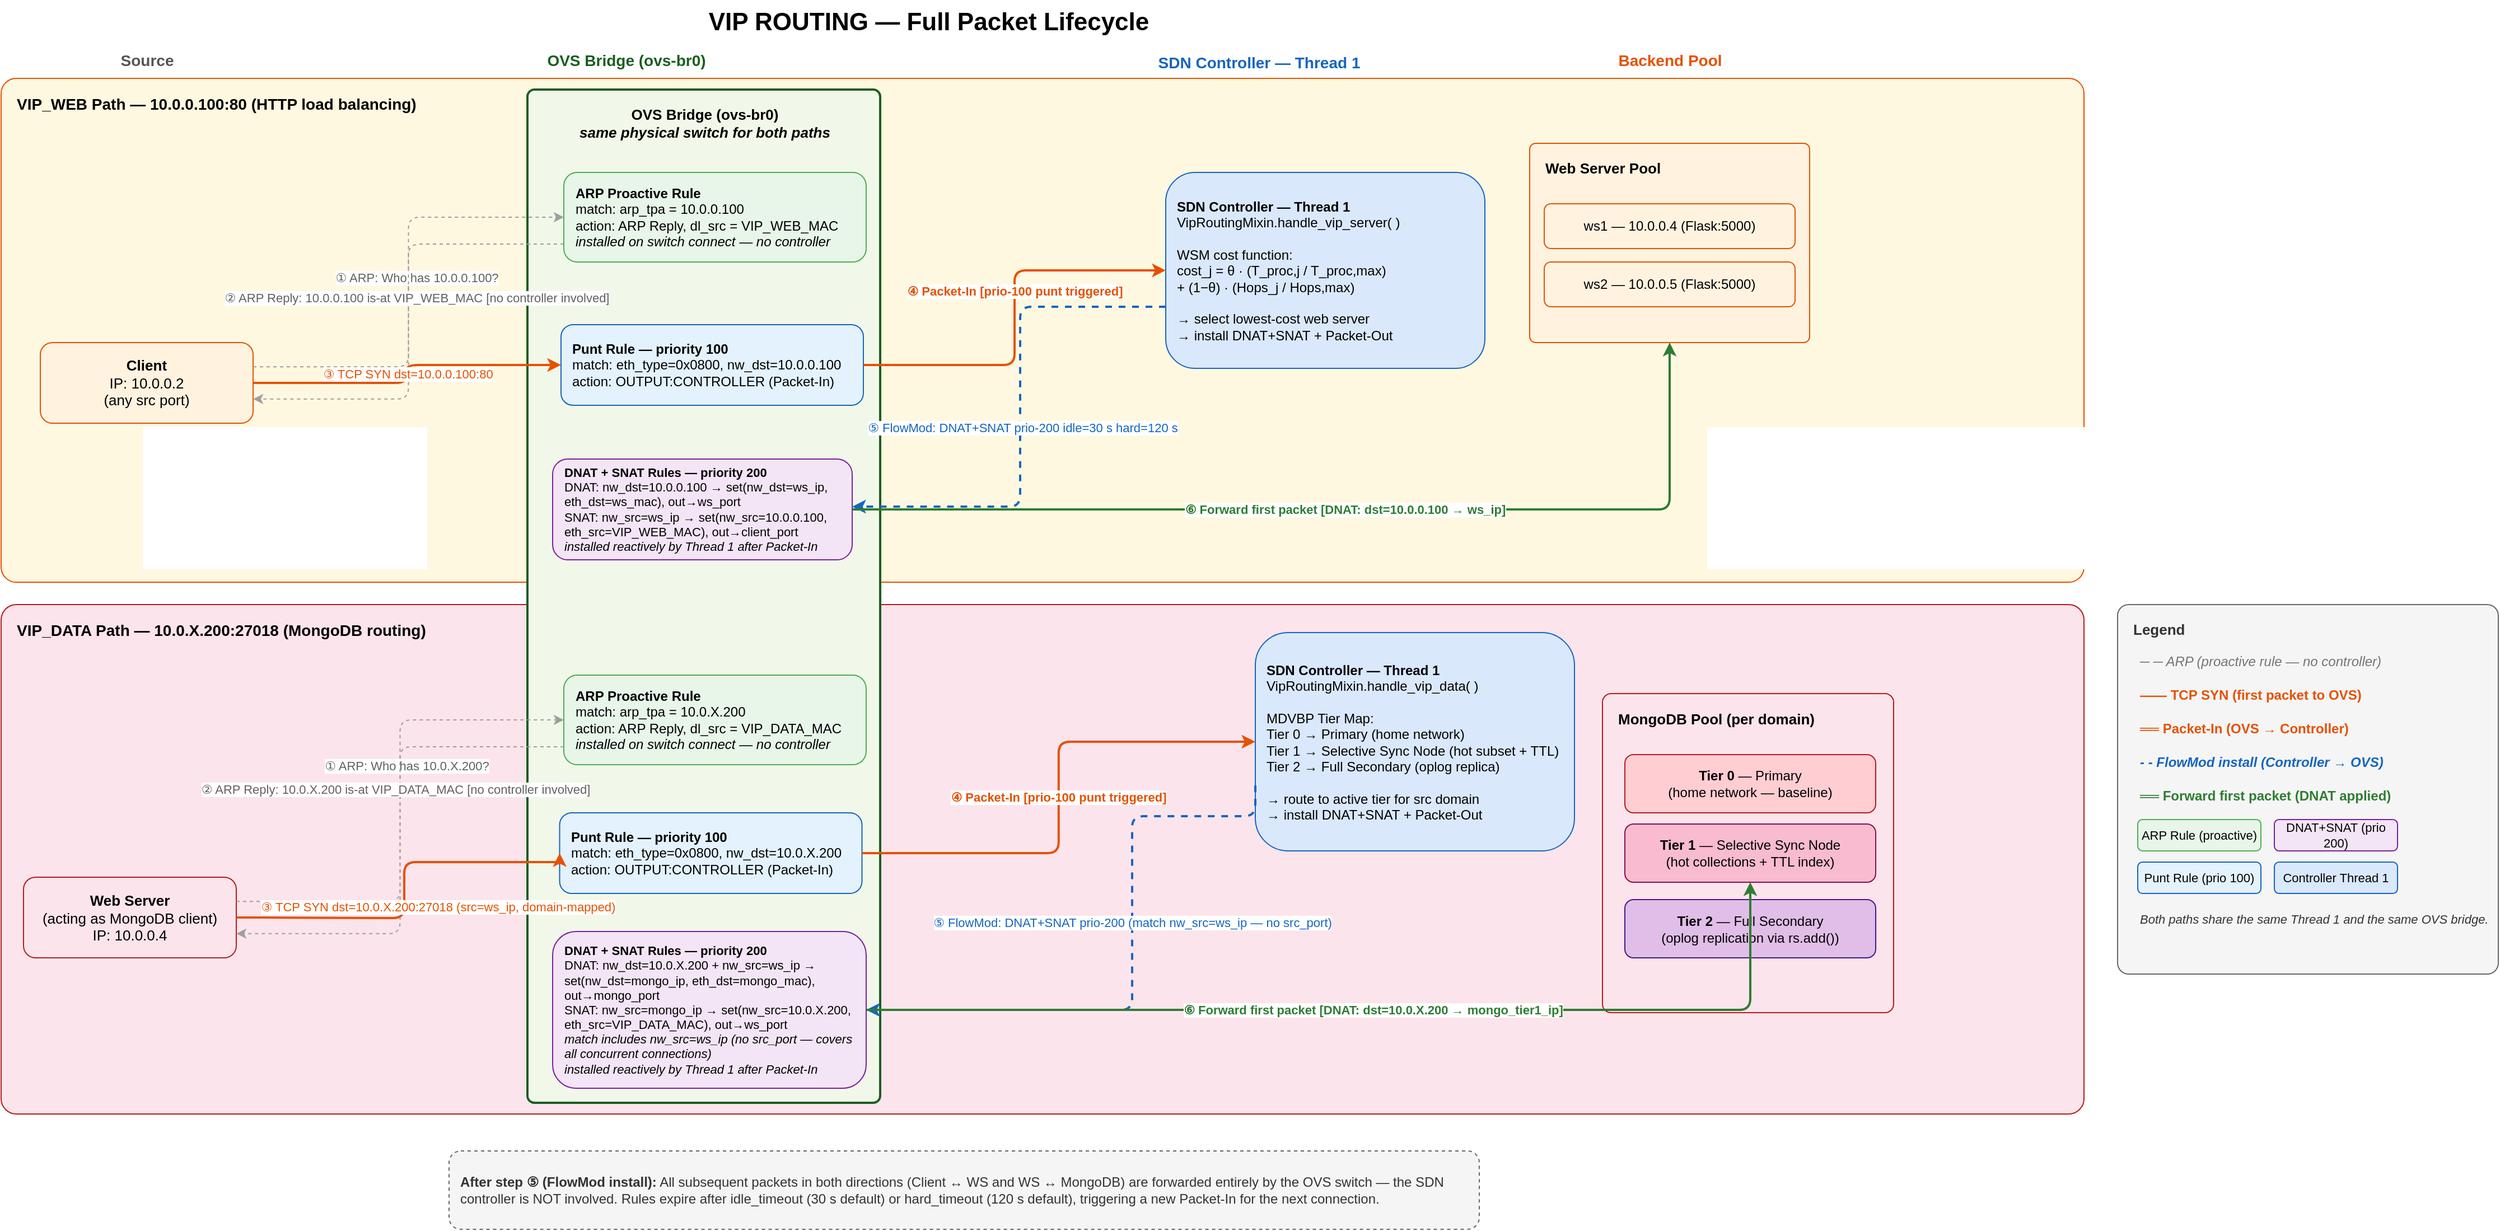
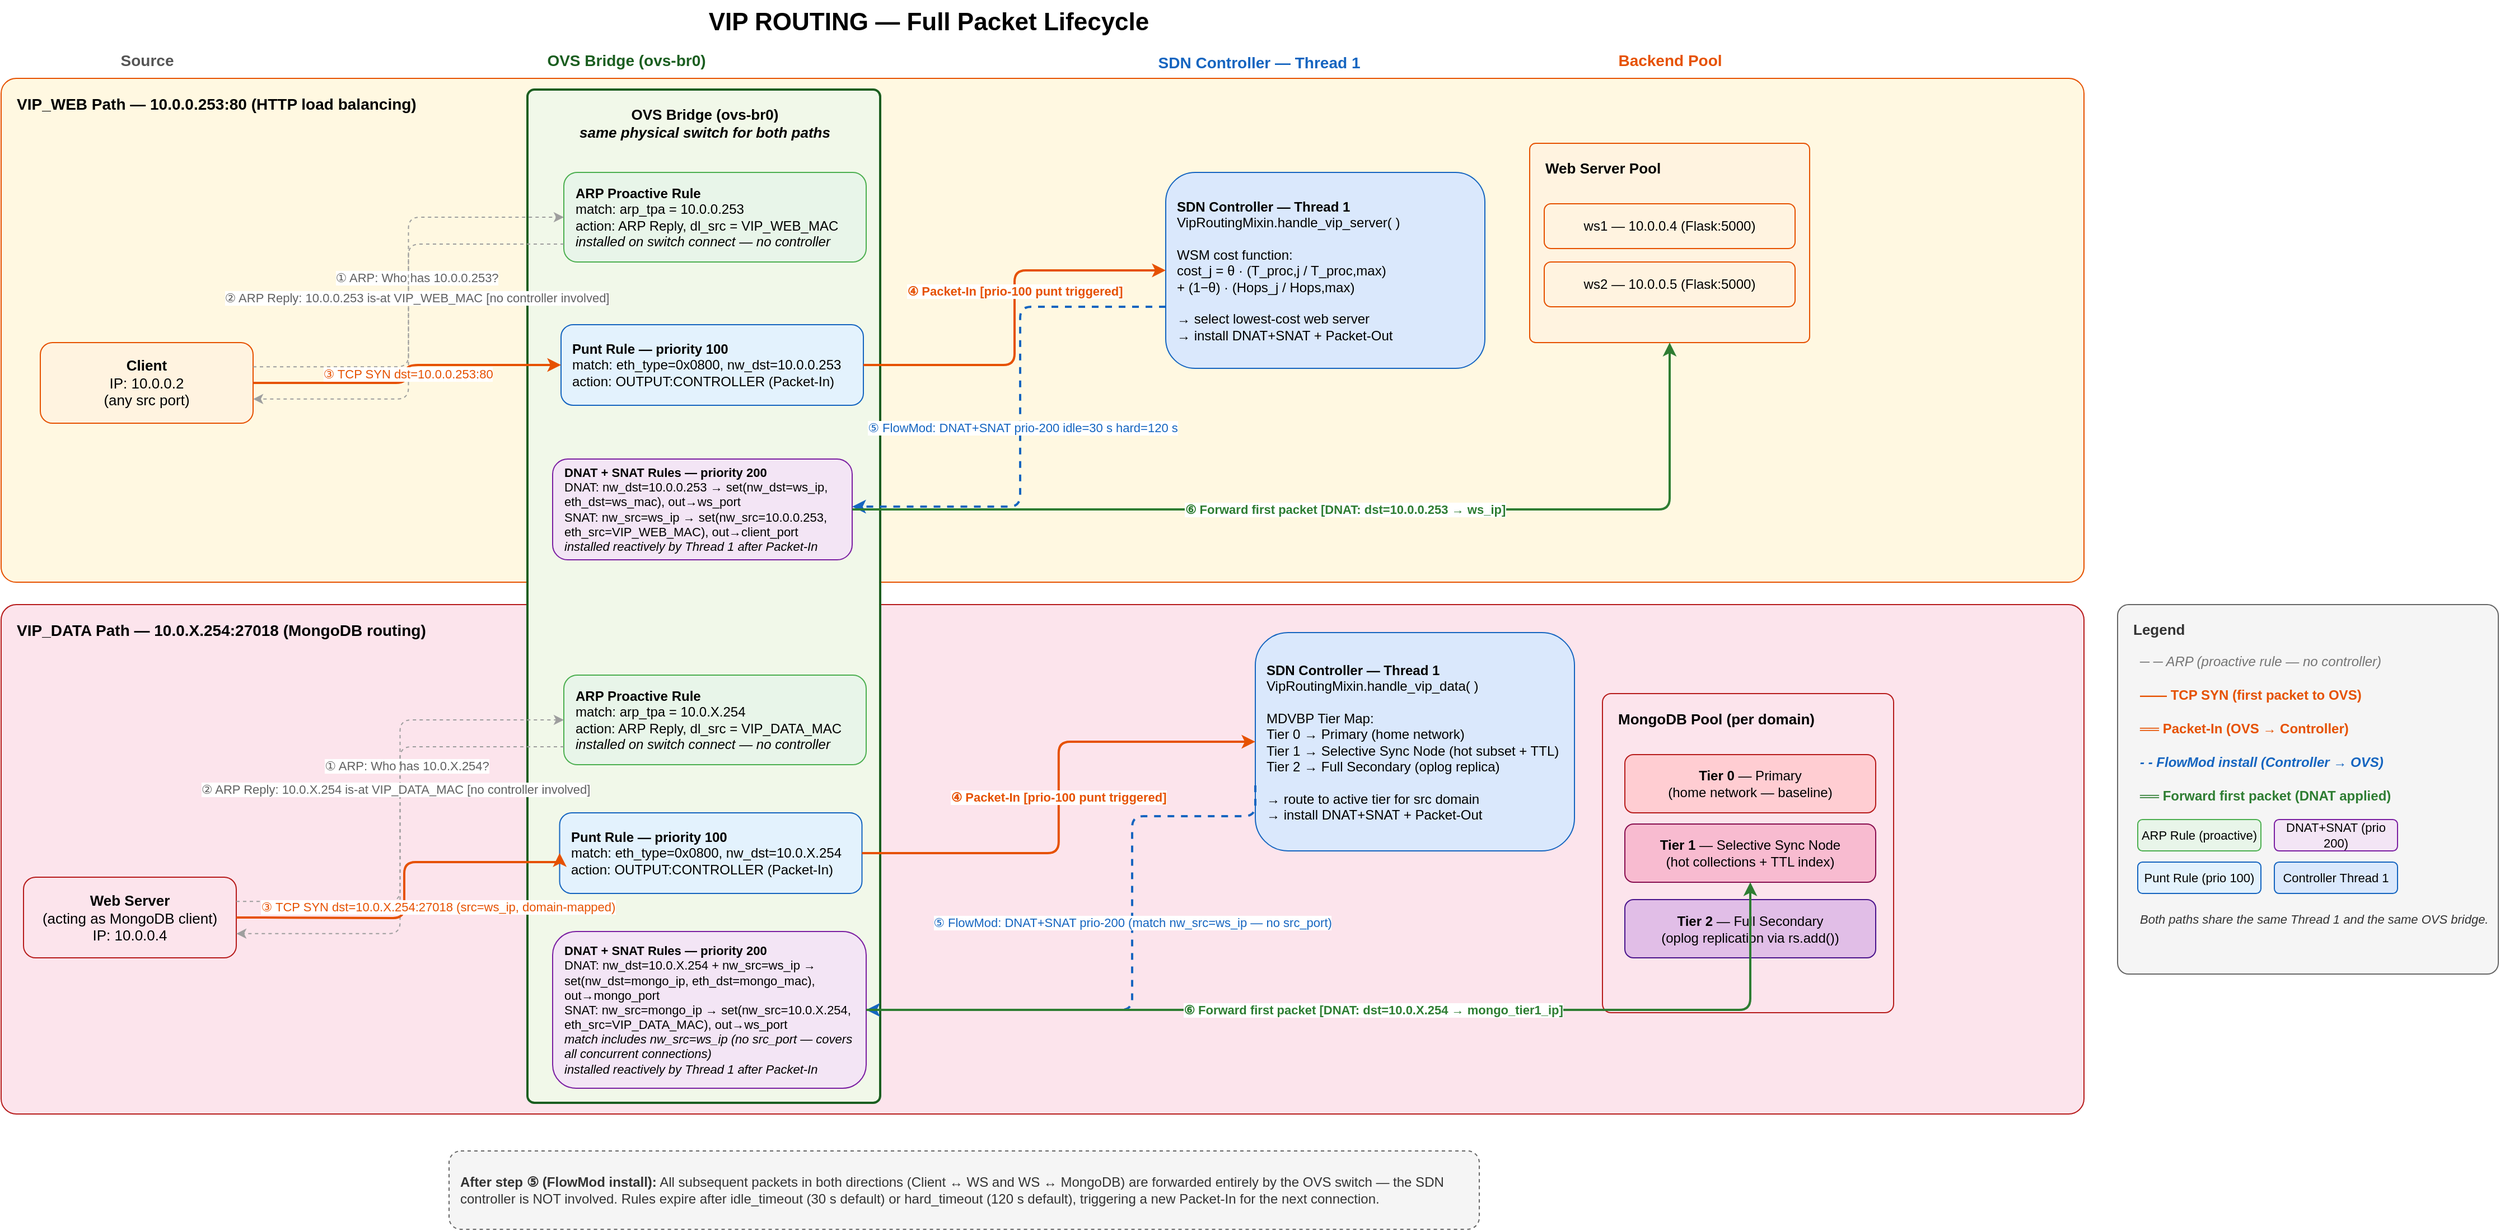
<mxfile host="65bd71144e">
    <diagram id="vip-routing" name="VIP Routing — Full Packet Lifecycle">
        <mxGraphModel dx="2291" dy="2504" grid="1" gridSize="10" guides="1" tooltips="1" connect="1" arrows="1" fold="1" page="1" pageScale="1" pageWidth="1920" pageHeight="1360" math="0" shadow="0">
            <root>
                <mxCell id="0"/>
                <mxCell id="1" parent="0"/>
                <mxCell id="title" value="VIP ROUTING — Full Packet Lifecycle" style="text;html=1;strokeColor=none;fillColor=none;align=center;verticalAlign=middle;fontSize=22;fontStyle=1;" parent="1" vertex="1">
                    <mxGeometry x="298" y="-10" width="1100" height="40" as="geometry"/>
                </mxCell>
                <mxCell id="col_hdr_src" value="Source" style="text;html=1;strokeColor=none;fillColor=none;align=center;verticalAlign=middle;fontSize=14;fontStyle=1;fontColor=#555555;" parent="1" vertex="1">
                    <mxGeometry x="55" y="30" width="190" height="28" as="geometry"/>
                </mxCell>
                <mxCell id="col_hdr_ovs" value="OVS Bridge (ovs-br0)" style="text;html=1;strokeColor=none;fillColor=none;align=center;verticalAlign=middle;fontSize=14;fontStyle=1;fontColor=#1b5e20;" parent="1" vertex="1">
                    <mxGeometry x="420" y="30" width="315" height="28" as="geometry"/>
                </mxCell>
                <mxCell id="col_hdr_ctrl" value="SDN Controller — Thread 1" style="text;html=1;strokeColor=none;fillColor=none;align=center;verticalAlign=middle;fontSize=14;fontStyle=1;fontColor=#1565c0;" parent="1" vertex="1">
                    <mxGeometry x="1000" y="32" width="285" height="28" as="geometry"/>
                </mxCell>
                <mxCell id="col_hdr_backend" value="Backend Pool" style="text;html=1;strokeColor=none;fillColor=none;align=center;verticalAlign=middle;fontSize=14;fontStyle=1;fontColor=#e65100;" parent="1" vertex="1">
                    <mxGeometry x="1385" y="30" width="250" height="28" as="geometry"/>
                </mxCell>
-                 <mxCell id="bg_web" value="&lt;b&gt;VIP_WEB Path — 10.0.0.100:80  (HTTP load balancing)&lt;/b&gt;" style="text;html=1;strokeColor=#e65100;fillColor=#fff8e1;align=left;verticalAlign=top;spacingTop=8;spacingLeft=12;rounded=1;fontSize=14;fontStyle=1;arcSize=3;" parent="1" vertex="1">
+                 <mxCell id="bg_web" value="&lt;b&gt;VIP_WEB Path — 10.0.0.253:80  (HTTP load balancing)&lt;/b&gt;" style="text;html=1;strokeColor=#e65100;fillColor=#fff8e1;align=left;verticalAlign=top;spacingTop=8;spacingLeft=12;rounded=1;fontSize=14;fontStyle=1;arcSize=3;" parent="1" vertex="1">
                    <mxGeometry x="20" y="60" width="1860" height="450" as="geometry"/>
                </mxCell>
-                 <mxCell id="bg_data" value="&lt;b&gt;VIP_DATA Path — 10.0.X.200:27018  (MongoDB routing)&lt;/b&gt;" style="text;html=1;strokeColor=#b71c1c;fillColor=#fce4ec;align=left;verticalAlign=top;spacingTop=8;spacingLeft=12;rounded=1;fontSize=14;fontStyle=1;arcSize=3;" parent="1" vertex="1">
+                 <mxCell id="bg_data" value="&lt;b&gt;VIP_DATA Path — 10.0.X.254:27018  (MongoDB routing)&lt;/b&gt;" style="text;html=1;strokeColor=#b71c1c;fillColor=#fce4ec;align=left;verticalAlign=top;spacingTop=8;spacingLeft=12;rounded=1;fontSize=14;fontStyle=1;arcSize=3;" parent="1" vertex="1">
                    <mxGeometry x="20" y="530" width="1860" height="455" as="geometry"/>
                </mxCell>
                <mxCell id="ovs_outer" value="&lt;b&gt;OVS Bridge  (ovs-br0)&lt;/b&gt;&lt;br&gt;&lt;i&gt;same physical switch for both paths&lt;/i&gt;" style="text;html=1;strokeColor=#1b5e20;fillColor=#f1f8e9;align=center;verticalAlign=top;spacingTop=8;rounded=1;fontSize=13;fontStyle=1;arcSize=2;strokeWidth=2;" parent="1" vertex="1">
                    <mxGeometry x="490" y="70" width="315" height="905" as="geometry"/>
                </mxCell>
-                 <mxCell id="ovs_arp_web" value="&lt;b&gt;ARP Proactive Rule&lt;/b&gt;&lt;br&gt;match: arp_tpa = 10.0.0.100&lt;br&gt;action: ARP Reply, dl_src = VIP_WEB_MAC&lt;br&gt;&lt;i&gt;installed on switch connect — no controller&lt;/i&gt;" style="rounded=1;whiteSpace=wrap;html=1;fillColor=#e8f5e9;strokeColor=#4caf50;fontSize=12;align=left;spacingLeft=8;" parent="1" vertex="1">
+                 <mxCell id="ovs_arp_web" value="&lt;b&gt;ARP Proactive Rule&lt;/b&gt;&lt;br&gt;match: arp_tpa = 10.0.0.253&lt;br&gt;action: ARP Reply, dl_src = VIP_WEB_MAC&lt;br&gt;&lt;i&gt;installed on switch connect — no controller&lt;/i&gt;" style="rounded=1;whiteSpace=wrap;html=1;fillColor=#e8f5e9;strokeColor=#4caf50;fontSize=12;align=left;spacingLeft=8;" parent="1" vertex="1">
                    <mxGeometry x="522.5" y="144" width="270" height="80" as="geometry"/>
                </mxCell>
-                 <mxCell id="ovs_punt_web" value="&lt;b&gt;Punt Rule — priority 100&lt;/b&gt;&lt;br&gt;match: eth_type=0x0800, nw_dst=10.0.0.100&lt;br&gt;action: OUTPUT:CONTROLLER (Packet-In)" style="rounded=1;whiteSpace=wrap;html=1;fillColor=#e3f2fd;strokeColor=#1565c0;fontSize=12;align=left;spacingLeft=8;" parent="1" vertex="1">
+                 <mxCell id="ovs_punt_web" value="&lt;b&gt;Punt Rule — priority 100&lt;/b&gt;&lt;br&gt;match: eth_type=0x0800, nw_dst=10.0.0.253&lt;br&gt;action: OUTPUT:CONTROLLER (Packet-In)" style="rounded=1;whiteSpace=wrap;html=1;fillColor=#e3f2fd;strokeColor=#1565c0;fontSize=12;align=left;spacingLeft=8;" parent="1" vertex="1">
                    <mxGeometry x="520" y="280" width="270" height="72" as="geometry"/>
                </mxCell>
-                 <mxCell id="ovs_dnat_web" value="&lt;b&gt;DNAT + SNAT Rules — priority 200&lt;/b&gt;&lt;br&gt;DNAT: nw_dst=10.0.0.100 → set(nw_dst=ws_ip, eth_dst=ws_mac), out→ws_port&lt;br&gt;SNAT: nw_src=ws_ip → set(nw_src=10.0.0.100, eth_src=VIP_WEB_MAC), out→client_port&lt;br&gt;&lt;i&gt;installed reactively by Thread 1 after Packet-In&lt;/i&gt;" style="rounded=1;whiteSpace=wrap;html=1;fillColor=#f3e5f5;strokeColor=#7b1fa2;fontSize=11;align=left;spacingLeft=8;" parent="1" vertex="1">
+                 <mxCell id="ovs_dnat_web" value="&lt;b&gt;DNAT + SNAT Rules — priority 200&lt;/b&gt;&lt;br&gt;DNAT: nw_dst=10.0.0.253 → set(nw_dst=ws_ip, eth_dst=ws_mac), out→ws_port&lt;br&gt;SNAT: nw_src=ws_ip → set(nw_src=10.0.0.253, eth_src=VIP_WEB_MAC), out→client_port&lt;br&gt;&lt;i&gt;installed reactively by Thread 1 after Packet-In&lt;/i&gt;" style="rounded=1;whiteSpace=wrap;html=1;fillColor=#f3e5f5;strokeColor=#7b1fa2;fontSize=11;align=left;spacingLeft=8;" parent="1" vertex="1">
                    <mxGeometry x="512.5" y="400" width="267.5" height="90" as="geometry"/>
                </mxCell>
-                 <mxCell id="ovs_arp_data" value="&lt;b&gt;ARP Proactive Rule&lt;/b&gt;&lt;br&gt;match: arp_tpa = 10.0.X.200&lt;br&gt;action: ARP Reply, dl_src = VIP_DATA_MAC&lt;br&gt;&lt;i&gt;installed on switch connect — no controller&lt;/i&gt;" style="rounded=1;whiteSpace=wrap;html=1;fillColor=#e8f5e9;strokeColor=#4caf50;fontSize=12;align=left;spacingLeft=8;" parent="1" vertex="1">
+                 <mxCell id="ovs_arp_data" value="&lt;b&gt;ARP Proactive Rule&lt;/b&gt;&lt;br&gt;match: arp_tpa = 10.0.X.254&lt;br&gt;action: ARP Reply, dl_src = VIP_DATA_MAC&lt;br&gt;&lt;i&gt;installed on switch connect — no controller&lt;/i&gt;" style="rounded=1;whiteSpace=wrap;html=1;fillColor=#e8f5e9;strokeColor=#4caf50;fontSize=12;align=left;spacingLeft=8;" parent="1" vertex="1">
                    <mxGeometry x="522.5" y="593" width="270" height="80" as="geometry"/>
                </mxCell>
-                 <mxCell id="ovs_punt_data" value="&lt;b&gt;Punt Rule — priority 100&lt;/b&gt;&lt;br&gt;match: eth_type=0x0800, nw_dst=10.0.X.200&lt;br&gt;action: OUTPUT:CONTROLLER (Packet-In)" style="rounded=1;whiteSpace=wrap;html=1;fillColor=#e3f2fd;strokeColor=#1565c0;fontSize=12;align=left;spacingLeft=8;" parent="1" vertex="1">
+                 <mxCell id="ovs_punt_data" value="&lt;b&gt;Punt Rule — priority 100&lt;/b&gt;&lt;br&gt;match: eth_type=0x0800, nw_dst=10.0.X.254&lt;br&gt;action: OUTPUT:CONTROLLER (Packet-In)" style="rounded=1;whiteSpace=wrap;html=1;fillColor=#e3f2fd;strokeColor=#1565c0;fontSize=12;align=left;spacingLeft=8;" parent="1" vertex="1">
                    <mxGeometry x="518.75" y="716" width="270" height="72" as="geometry"/>
                </mxCell>
-                 <mxCell id="ovs_dnat_data" value="&lt;b&gt;DNAT + SNAT Rules — priority 200&lt;/b&gt;&lt;br&gt;DNAT: nw_dst=10.0.X.200 + nw_src=ws_ip → set(nw_dst=mongo_ip, eth_dst=mongo_mac), out→mongo_port&lt;br&gt;SNAT: nw_src=mongo_ip → set(nw_src=10.0.X.200, eth_src=VIP_DATA_MAC), out→ws_port&lt;br&gt;&lt;i&gt;match includes nw_src=ws_ip (no src_port — covers all concurrent connections)&lt;/i&gt;&lt;br&gt;&lt;i&gt;installed reactively by Thread 1 after Packet-In&lt;/i&gt;" style="rounded=1;whiteSpace=wrap;html=1;fillColor=#f3e5f5;strokeColor=#7b1fa2;fontSize=11;align=left;spacingLeft=8;" parent="1" vertex="1">
+                 <mxCell id="ovs_dnat_data" value="&lt;b&gt;DNAT + SNAT Rules — priority 200&lt;/b&gt;&lt;br&gt;DNAT: nw_dst=10.0.X.254 + nw_src=ws_ip → set(nw_dst=mongo_ip, eth_dst=mongo_mac), out→mongo_port&lt;br&gt;SNAT: nw_src=mongo_ip → set(nw_src=10.0.X.254, eth_src=VIP_DATA_MAC), out→ws_port&lt;br&gt;&lt;i&gt;match includes nw_src=ws_ip (no src_port — covers all concurrent connections)&lt;/i&gt;&lt;br&gt;&lt;i&gt;installed reactively by Thread 1 after Packet-In&lt;/i&gt;" style="rounded=1;whiteSpace=wrap;html=1;fillColor=#f3e5f5;strokeColor=#7b1fa2;fontSize=11;align=left;spacingLeft=8;" parent="1" vertex="1">
                    <mxGeometry x="512.5" y="822" width="280" height="140" as="geometry"/>
                </mxCell>
                <mxCell id="client_web" value="&lt;b&gt;Client&lt;/b&gt;&lt;br&gt;IP: 10.0.0.2&lt;br&gt;(any src port)" style="rounded=1;whiteSpace=wrap;html=1;fillColor=#fff3e0;strokeColor=#e65100;fontSize=13;" parent="1" vertex="1">
                    <mxGeometry x="55" y="296" width="190" height="72" as="geometry"/>
                </mxCell>
                <mxCell id="client_data" value="&lt;b&gt;Web Server&lt;/b&gt;&lt;br&gt;(acting as MongoDB client)&lt;br&gt;IP: 10.0.0.4" style="rounded=1;whiteSpace=wrap;html=1;fillColor=#fce4ec;strokeColor=#b71c1c;fontSize=13;" parent="1" vertex="1">
                    <mxGeometry x="40" y="773.5" width="190" height="72" as="geometry"/>
                </mxCell>
                <mxCell id="ctrl_web" value="&lt;b&gt;SDN Controller — Thread 1&lt;/b&gt;&lt;br&gt;VipRoutingMixin.handle_vip_server( )&lt;br&gt;&lt;br&gt;WSM cost function:&lt;br&gt;cost_j = θ · (T_proc,j / T_proc,max)&lt;br&gt;         + (1−θ) · (Hops_j / Hops,max)&lt;br&gt;&lt;br&gt;→ select lowest-cost web server&lt;br&gt;→ install DNAT+SNAT + Packet-Out" style="rounded=1;whiteSpace=wrap;html=1;fillColor=#dae8fc;strokeColor=#1565c0;fontSize=12;align=left;spacingLeft=8;" parent="1" vertex="1">
                    <mxGeometry x="1060" y="144" width="285" height="175" as="geometry"/>
                </mxCell>
                <mxCell id="ctrl_data" value="&lt;b&gt;SDN Controller — Thread 1&lt;/b&gt;&lt;br&gt;VipRoutingMixin.handle_vip_data( )&lt;br&gt;&lt;br&gt;MDVBP Tier Map:&lt;br&gt;  Tier 0 → Primary (home network)&lt;br&gt;  Tier 1 → Selective Sync Node (hot subset + TTL)&lt;br&gt;  Tier 2 → Full Secondary (oplog replica)&lt;br&gt;&lt;br&gt;→ route to active tier for src domain&lt;br&gt;→ install DNAT+SNAT + Packet-Out" style="rounded=1;whiteSpace=wrap;html=1;fillColor=#dae8fc;strokeColor=#1565c0;fontSize=12;align=left;spacingLeft=8;" parent="1" vertex="1">
                    <mxGeometry x="1140" y="555" width="285" height="195" as="geometry"/>
                </mxCell>
                <mxCell id="ws_pool_box" value="&lt;b&gt;Web Server Pool&lt;/b&gt;" style="text;html=1;strokeColor=#e65100;fillColor=#fff3e0;align=left;verticalAlign=top;spacingTop=8;spacingLeft=12;rounded=1;fontSize=13;fontStyle=1;arcSize=3;" parent="1" vertex="1">
                    <mxGeometry x="1385" y="118" width="250" height="178" as="geometry"/>
                </mxCell>
                <mxCell id="ws1" value="ws1 — 10.0.0.4  (Flask:5000)" style="rounded=1;whiteSpace=wrap;html=1;fillColor=#fff3e0;strokeColor=#e65100;fontSize=12;" parent="1" vertex="1">
                    <mxGeometry x="1398" y="172" width="224" height="40" as="geometry"/>
                </mxCell>
                <mxCell id="ws2" value="ws2 — 10.0.0.5  (Flask:5000)" style="rounded=1;whiteSpace=wrap;html=1;fillColor=#fff3e0;strokeColor=#e65100;fontSize=12;" parent="1" vertex="1">
                    <mxGeometry x="1398" y="224" width="224" height="40" as="geometry"/>
                </mxCell>
                <mxCell id="mongo_pool_box" value="&lt;b&gt;MongoDB Pool  (per domain)&lt;/b&gt;" style="text;html=1;strokeColor=#b71c1c;fillColor=#fce4ec;align=left;verticalAlign=top;spacingTop=8;spacingLeft=12;rounded=1;fontSize=13;fontStyle=1;arcSize=3;" parent="1" vertex="1">
                    <mxGeometry x="1450" y="609.5" width="260" height="285" as="geometry"/>
                </mxCell>
                <mxCell id="mongo_t0" value="&lt;b&gt;Tier 0&lt;/b&gt; — Primary&lt;br&gt;(home network — baseline)" style="rounded=1;whiteSpace=wrap;html=1;fillColor=#ffcdd2;strokeColor=#b71c1c;fontSize=12;" parent="1" vertex="1">
                    <mxGeometry x="1470" y="664" width="224" height="52" as="geometry"/>
                </mxCell>
                <mxCell id="mongo_t1" value="&lt;b&gt;Tier 1&lt;/b&gt; — Selective Sync Node&lt;br&gt;(hot collections + TTL index)" style="rounded=1;whiteSpace=wrap;html=1;fillColor=#f8bbd0;strokeColor=#880e4f;fontSize=12;" parent="1" vertex="1">
                    <mxGeometry x="1470" y="726" width="224" height="52" as="geometry"/>
                </mxCell>
                <mxCell id="mongo_t2" value="&lt;b&gt;Tier 2&lt;/b&gt; — Full Secondary&lt;br&gt;(oplog replication via rs.add())" style="rounded=1;whiteSpace=wrap;html=1;fillColor=#e1bee7;strokeColor=#4a148c;fontSize=12;" parent="1" vertex="1">
                    <mxGeometry x="1470" y="793.5" width="224" height="52" as="geometry"/>
                </mxCell>
                <mxCell id="note_switch_only" value="&lt;b&gt;After step ⑤ (FlowMod install):&lt;/b&gt;  All subsequent packets in both directions (Client ↔ WS and WS ↔ MongoDB) are forwarded entirely by the OVS switch — the SDN controller is NOT involved.  Rules expire after idle_timeout (30 s default) or hard_timeout (120 s default), triggering a new Packet-In for the next connection." style="rounded=1;whiteSpace=wrap;html=1;fillColor=#f5f5f5;strokeColor=#666666;fontColor=#333333;fontSize=12;dashed=1;align=left;spacingLeft=8;" parent="1" vertex="1">
                    <mxGeometry x="420" y="1018" width="920" height="70" as="geometry"/>
                </mxCell>
                <mxCell id="legend_outer" value="Legend" style="text;html=1;strokeColor=#666666;fillColor=#f5f5f5;fontColor=#333333;align=left;verticalAlign=top;spacingTop=8;spacingLeft=12;rounded=1;fontSize=13;fontStyle=1;arcSize=3;" parent="1" vertex="1">
                    <mxGeometry x="1910" y="530" width="340" height="330" as="geometry"/>
                </mxCell>
                <mxCell id="leg_arp_lbl" value="─ ─  ARP  (proactive rule — no controller)" style="text;html=1;strokeColor=none;fillColor=none;fontColor=#757575;align=left;fontSize=12;fontStyle=2;" parent="1" vertex="1">
                    <mxGeometry x="1928" y="567" width="228" height="26" as="geometry"/>
                </mxCell>
                <mxCell id="leg_syn_lbl" value="——  TCP SYN  (first packet to OVS)" style="text;html=1;strokeColor=none;fillColor=none;fontColor=#e65100;align=left;fontSize=12;fontStyle=1;" parent="1" vertex="1">
                    <mxGeometry x="1928" y="597" width="228" height="26" as="geometry"/>
                </mxCell>
                <mxCell id="leg_pktin_lbl" value="══  Packet-In  (OVS → Controller)" style="text;html=1;strokeColor=none;fillColor=none;fontColor=#e65100;align=left;fontSize=12;fontStyle=1;" parent="1" vertex="1">
                    <mxGeometry x="1928" y="627" width="228" height="26" as="geometry"/>
                </mxCell>
                <mxCell id="leg_flow_lbl" value="- -  FlowMod install  (Controller → OVS)" style="text;html=1;strokeColor=none;fillColor=none;fontColor=#1565c0;align=left;fontSize=12;fontStyle=3;" parent="1" vertex="1">
                    <mxGeometry x="1928" y="657" width="228" height="26" as="geometry"/>
                </mxCell>
                <mxCell id="leg_fwd_lbl" value="══  Forward first packet  (DNAT applied)" style="text;html=1;strokeColor=none;fillColor=none;fontColor=#2e7d32;align=left;fontSize=12;fontStyle=1;" parent="1" vertex="1">
                    <mxGeometry x="1928" y="687" width="228" height="26" as="geometry"/>
                </mxCell>
                <mxCell id="leg_arp_box" value="ARP Rule  (proactive)" style="rounded=1;whiteSpace=wrap;html=1;fillColor=#e8f5e9;strokeColor=#4caf50;fontSize=11;" parent="1" vertex="1">
                    <mxGeometry x="1928" y="722" width="110" height="28" as="geometry"/>
                </mxCell>
                <mxCell id="leg_punt_box" value="Punt Rule  (prio 100)" style="rounded=1;whiteSpace=wrap;html=1;fillColor=#e3f2fd;strokeColor=#1565c0;fontSize=11;" parent="1" vertex="1">
                    <mxGeometry x="1928" y="760" width="110" height="28" as="geometry"/>
                </mxCell>
                <mxCell id="leg_dnat_box" value="DNAT+SNAT  (prio 200)" style="rounded=1;whiteSpace=wrap;html=1;fillColor=#f3e5f5;strokeColor=#7b1fa2;fontSize=11;" parent="1" vertex="1">
                    <mxGeometry x="2050" y="722" width="110" height="28" as="geometry"/>
                </mxCell>
                <mxCell id="leg_ctrl_box" value="Controller Thread 1" style="rounded=1;whiteSpace=wrap;html=1;fillColor=#dae8fc;strokeColor=#1565c0;fontSize=11;" parent="1" vertex="1">
                    <mxGeometry x="2050" y="760" width="110" height="28" as="geometry"/>
                </mxCell>
                <mxCell id="leg_note" value="Both paths share the same Thread 1 and the same OVS bridge." style="text;html=1;strokeColor=none;fillColor=none;fontColor=#333333;align=left;fontSize=11;fontStyle=2;" parent="1" vertex="1">
                    <mxGeometry x="1928" y="798" width="228" height="36" as="geometry"/>
                </mxCell>
-                 <mxCell id="e_arp_req_web" value="① ARP: Who has 10.0.0.100?" style="edgeStyle=orthogonalEdgeStyle;html=1;strokeColor=#9e9e9e;dashed=1;fontSize=11;fontColor=#616161;strokeWidth=1;exitX=1;exitY=0.3;exitDx=0;exitDy=0;entryX=0;entryY=0.5;entryDx=0;entryDy=0;" parent="1" source="client_web" target="ovs_arp_web" edge="1">
+                 <mxCell id="e_arp_req_web" value="① ARP: Who has 10.0.0.253?" style="edgeStyle=orthogonalEdgeStyle;html=1;strokeColor=#9e9e9e;dashed=1;fontSize=11;fontColor=#616161;strokeWidth=1;exitX=1;exitY=0.3;exitDx=0;exitDy=0;entryX=0;entryY=0.5;entryDx=0;entryDy=0;" parent="1" source="client_web" target="ovs_arp_web" edge="1">
                    <mxGeometry x="0.0624" y="-7" relative="1" as="geometry">
                        <mxPoint as="offset"/>
                    </mxGeometry>
                </mxCell>
-                 <mxCell id="e_arp_rep_web" value="② ARP Reply: 10.0.0.100 is-at VIP_WEB_MAC  [no controller involved]" style="edgeStyle=orthogonalEdgeStyle;html=1;strokeColor=#9e9e9e;dashed=1;fontSize=11;fontColor=#616161;strokeWidth=1;exitX=0;exitY=0.8;exitDx=0;exitDy=0;entryX=1;entryY=0.7;entryDx=0;entryDy=0;" parent="1" source="ovs_arp_web" target="client_web" edge="1">
+                 <mxCell id="e_arp_rep_web" value="② ARP Reply: 10.0.0.253 is-at VIP_WEB_MAC  [no controller involved]" style="edgeStyle=orthogonalEdgeStyle;html=1;strokeColor=#9e9e9e;dashed=1;fontSize=11;fontColor=#616161;strokeWidth=1;exitX=0;exitY=0.8;exitDx=0;exitDy=0;entryX=1;entryY=0.7;entryDx=0;entryDy=0;" parent="1" source="ovs_arp_web" target="client_web" edge="1">
                    <mxGeometry x="-0.1016" y="7" relative="1" as="geometry">
                        <mxPoint as="offset"/>
                    </mxGeometry>
                </mxCell>
-                 <mxCell id="e_syn_web" value="③ TCP SYN  dst=10.0.0.100:80" style="edgeStyle=orthogonalEdgeStyle;html=1;strokeColor=#e65100;fontSize=11;fontColor=#e65100;strokeWidth=2;exitX=1;exitY=0.5;exitDx=0;exitDy=0;entryX=0;entryY=0.5;entryDx=0;entryDy=0;" parent="1" source="client_web" target="ovs_punt_web" edge="1">
+                 <mxCell id="e_syn_web" value="③ TCP SYN  dst=10.0.0.253:80" style="edgeStyle=orthogonalEdgeStyle;html=1;strokeColor=#e65100;fontSize=11;fontColor=#e65100;strokeWidth=2;exitX=1;exitY=0.5;exitDx=0;exitDy=0;entryX=0;entryY=0.5;entryDx=0;entryDy=0;" parent="1" source="client_web" target="ovs_punt_web" edge="1">
                    <mxGeometry relative="1" as="geometry"/>
                </mxCell>
                <mxCell id="e_pkt_in_web" value="④ Packet-In  [prio-100 punt triggered]" style="edgeStyle=orthogonalEdgeStyle;html=1;strokeColor=#e65100;fontSize=11;fontColor=#e65100;strokeWidth=2;fontStyle=1;exitX=1;exitY=0.5;exitDx=0;exitDy=0;" parent="1" source="ovs_punt_web" target="ctrl_web" edge="1">
                    <mxGeometry x="0.136" relative="1" as="geometry">
                        <mxPoint as="offset"/>
                    </mxGeometry>
                </mxCell>
                <mxCell id="e_flowmod_web" value="⑤ FlowMod: DNAT+SNAT  prio-200  idle=30 s  hard=120 s" style="edgeStyle=orthogonalEdgeStyle;html=1;strokeColor=#1565c0;fontSize=11;fontColor=#1565c0;dashed=1;strokeWidth=2;exitX=0;exitY=0.7;exitDx=0;exitDy=0;entryX=1;entryY=0.5;entryDx=0;entryDy=0;" parent="1" edge="1">
                    <mxGeometry x="0.0408" y="2" relative="1" as="geometry">
                        <mxPoint x="1060" y="264" as="sourcePoint"/>
                        <mxPoint x="780" y="442.5" as="targetPoint"/>
                        <Array as="points">
                            <mxPoint x="930" y="264.5"/>
                            <mxPoint x="930" y="442.5"/>
                        </Array>
                        <mxPoint y="-1" as="offset"/>
                    </mxGeometry>
                </mxCell>
-                 <mxCell id="e_forward_web" value="⑥ Forward first packet  [DNAT: dst=10.0.0.100 → ws_ip]" style="edgeStyle=orthogonalEdgeStyle;html=1;strokeColor=#2e7d32;fontSize=11;fontColor=#2e7d32;strokeWidth=2;fontStyle=1;exitX=1;exitY=0.5;exitDx=0;exitDy=0;" parent="1" source="ovs_dnat_web" target="ws_pool_box" edge="1">
+                 <mxCell id="e_forward_web" value="⑥ Forward first packet  [DNAT: dst=10.0.0.253 → ws_ip]" style="edgeStyle=orthogonalEdgeStyle;html=1;strokeColor=#2e7d32;fontSize=11;fontColor=#2e7d32;strokeWidth=2;fontStyle=1;exitX=1;exitY=0.5;exitDx=0;exitDy=0;" parent="1" source="ovs_dnat_web" target="ws_pool_box" edge="1">
                    <mxGeometry relative="1" as="geometry"/>
                </mxCell>
-                 <mxCell id="e_arp_req_data" value="① ARP: Who has 10.0.X.200?" style="edgeStyle=orthogonalEdgeStyle;html=1;strokeColor=#9e9e9e;dashed=1;fontSize=11;fontColor=#616161;strokeWidth=1;exitX=1;exitY=0.3;exitDx=0;exitDy=0;entryX=0;entryY=0.5;entryDx=0;entryDy=0;" parent="1" source="client_data" target="ovs_arp_data" edge="1">
+                 <mxCell id="e_arp_req_data" value="① ARP: Who has 10.0.X.254?" style="edgeStyle=orthogonalEdgeStyle;html=1;strokeColor=#9e9e9e;dashed=1;fontSize=11;fontColor=#616161;strokeWidth=1;exitX=1;exitY=0.3;exitDx=0;exitDy=0;entryX=0;entryY=0.5;entryDx=0;entryDy=0;" parent="1" source="client_data" target="ovs_arp_data" edge="1">
                    <mxGeometry x="0.1696" y="-6" relative="1" as="geometry">
                        <mxPoint y="-1" as="offset"/>
                    </mxGeometry>
                </mxCell>
-                 <mxCell id="e_arp_rep_data" value="② ARP Reply: 10.0.X.200 is-at VIP_DATA_MAC  [no controller involved]" style="edgeStyle=orthogonalEdgeStyle;html=1;strokeColor=#9e9e9e;dashed=1;fontSize=11;fontColor=#616161;strokeWidth=1;exitX=0;exitY=0.8;exitDx=0;exitDy=0;entryX=1;entryY=0.7;entryDx=0;entryDy=0;" parent="1" source="ovs_arp_data" target="client_data" edge="1">
+                 <mxCell id="e_arp_rep_data" value="② ARP Reply: 10.0.X.254 is-at VIP_DATA_MAC  [no controller involved]" style="edgeStyle=orthogonalEdgeStyle;html=1;strokeColor=#9e9e9e;dashed=1;fontSize=11;fontColor=#616161;strokeWidth=1;exitX=0;exitY=0.8;exitDx=0;exitDy=0;entryX=1;entryY=0.7;entryDx=0;entryDy=0;" parent="1" source="ovs_arp_data" target="client_data" edge="1">
                    <mxGeometry x="-0.1962" y="-4" relative="1" as="geometry">
                        <mxPoint as="offset"/>
                    </mxGeometry>
                </mxCell>
-                 <mxCell id="e_syn_data" value="③ TCP SYN  dst=10.0.X.200:27018  (src=ws_ip, domain-mapped)" style="edgeStyle=orthogonalEdgeStyle;html=1;strokeColor=#e65100;fontSize=11;fontColor=#e65100;strokeWidth=2;exitX=1;exitY=0.5;exitDx=0;exitDy=0;entryX=0;entryY=0.5;entryDx=0;entryDy=0;" parent="1" source="client_data" target="ovs_punt_data" edge="1">
+                 <mxCell id="e_syn_data" value="③ TCP SYN  dst=10.0.X.254:27018  (src=ws_ip, domain-mapped)" style="edgeStyle=orthogonalEdgeStyle;html=1;strokeColor=#e65100;fontSize=11;fontColor=#e65100;strokeWidth=2;exitX=1;exitY=0.5;exitDx=0;exitDy=0;entryX=0;entryY=0.5;entryDx=0;entryDy=0;" parent="1" source="client_data" target="ovs_punt_data" edge="1">
                    <mxGeometry x="-0.0768" y="-30" relative="1" as="geometry">
                        <Array as="points">
                            <mxPoint x="245" y="810"/>
                            <mxPoint x="380" y="810"/>
                            <mxPoint x="380" y="760"/>
                            <mxPoint x="520" y="760"/>
                        </Array>
                        <mxPoint as="offset"/>
                    </mxGeometry>
                </mxCell>
                <mxCell id="e_pkt_in_data" value="④ Packet-In  [prio-100 punt triggered]" style="edgeStyle=orthogonalEdgeStyle;html=1;strokeColor=#e65100;fontSize=11;fontColor=#e65100;strokeWidth=2;fontStyle=1;exitX=1;exitY=0.5;exitDx=0;exitDy=0;" parent="1" source="ovs_punt_data" target="ctrl_data" edge="1">
                    <mxGeometry relative="1" as="geometry"/>
                </mxCell>
                <mxCell id="e_flowmod_data" value="⑤ FlowMod: DNAT+SNAT  prio-200  (match nw_src=ws_ip — no src_port)" style="edgeStyle=orthogonalEdgeStyle;html=1;strokeColor=#1565c0;fontSize=11;fontColor=#1565c0;dashed=1;strokeWidth=2;exitX=0;exitY=0.7;exitDx=0;exitDy=0;entryX=1;entryY=0.5;entryDx=0;entryDy=0;" parent="1" source="ctrl_data" target="ovs_dnat_data" edge="1">
                    <mxGeometry x="-0.1522" relative="1" as="geometry">
                        <Array as="points">
                            <mxPoint x="1030" y="719"/>
                            <mxPoint x="1030" y="892"/>
                        </Array>
                        <mxPoint as="offset"/>
                    </mxGeometry>
                </mxCell>
-                 <mxCell id="e_forward_data" value="⑥ Forward first packet  [DNAT: dst=10.0.X.200 → mongo_tier1_ip]" style="edgeStyle=orthogonalEdgeStyle;html=1;strokeColor=#2e7d32;fontSize=11;fontColor=#2e7d32;strokeWidth=2;fontStyle=1;exitX=1;exitY=0.5;exitDx=0;exitDy=0;" parent="1" source="ovs_dnat_data" target="mongo_t1" edge="1">
+                 <mxCell id="e_forward_data" value="⑥ Forward first packet  [DNAT: dst=10.0.X.254 → mongo_tier1_ip]" style="edgeStyle=orthogonalEdgeStyle;html=1;strokeColor=#2e7d32;fontSize=11;fontColor=#2e7d32;strokeWidth=2;fontStyle=1;exitX=1;exitY=0.5;exitDx=0;exitDy=0;" parent="1" source="ovs_dnat_data" target="mongo_t1" edge="1">
                    <mxGeometry relative="1" as="geometry"/>
                </mxCell>
            </root>
        </mxGraphModel>
    </diagram>
</mxfile>